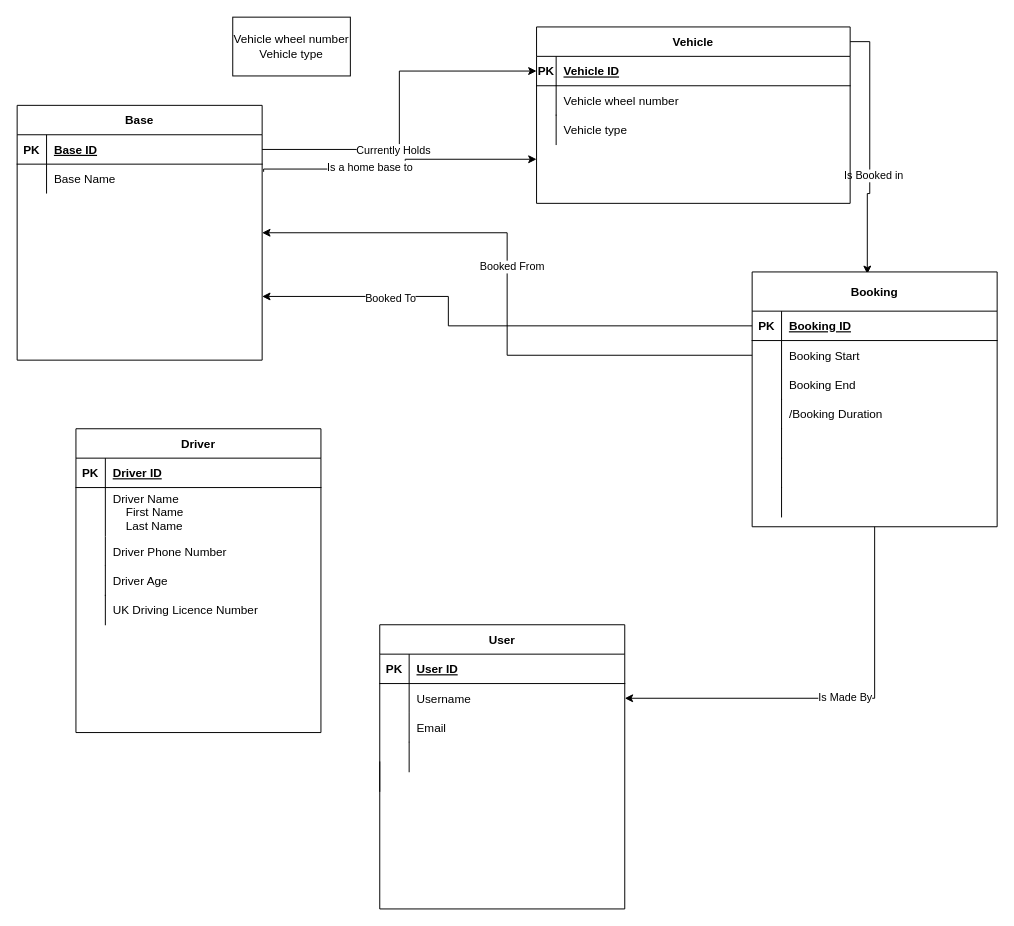
Earlier version of the draw.io diagram CW1 ERD.drawio (Daniel-Fejdych/Daniel-Fejdych.github.io). Source tidied: cells renumbered, new cells numbered last; positions are measured from the earlier drawing's top-left corner, leaving out a move shared by most shapes. Both pictures are drawn from the tidied source at 98%, with x=0, y=0 at pixel (17, 17).
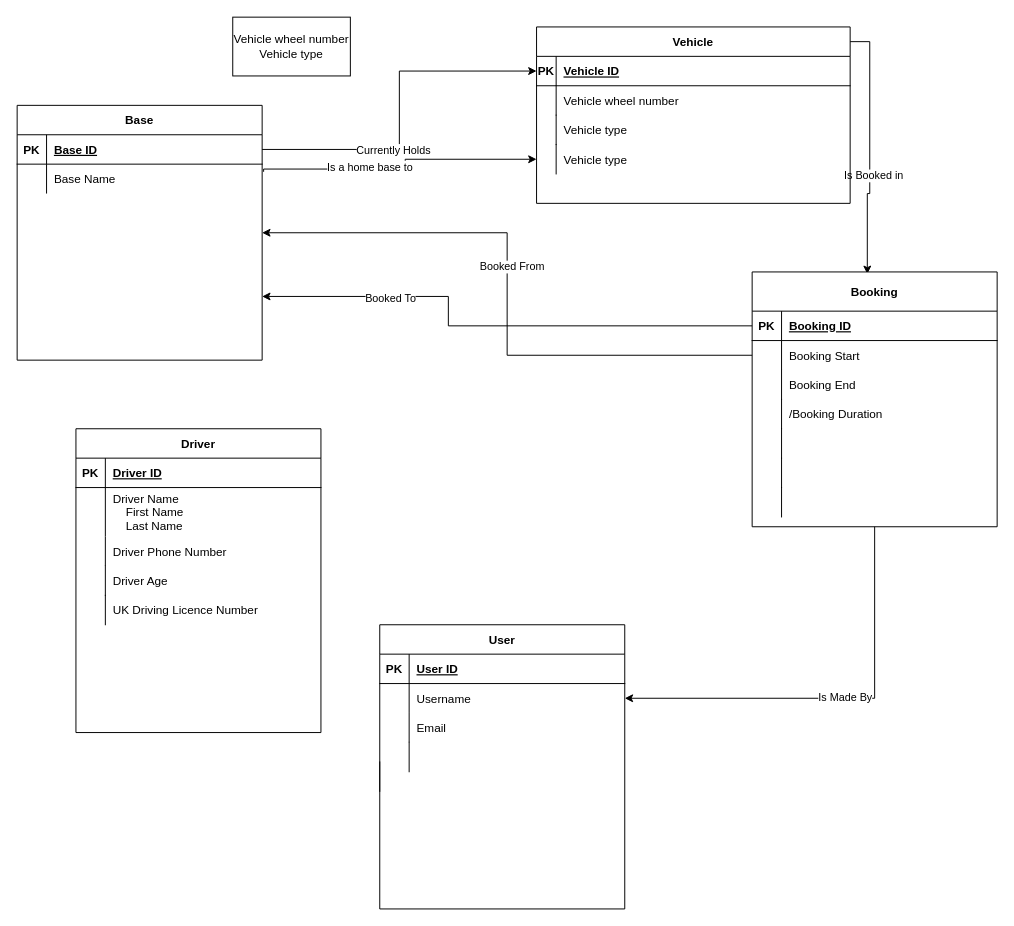
After the change.

What changed in the source:
```diff
@@
+    <mxCell id="64" value="Vehicle type" style="shape=partialRectangle;overflow=hidden;fillColor=none;top=0;left=1;bottom=0;right=0;align=left;spacingLeft=6;fontStyle=0;" parent="1" vertex="1">
+      <mxGeometry x="550" y="130" width="300" height="30" as="geometry" />
+    </mxCell>
```
